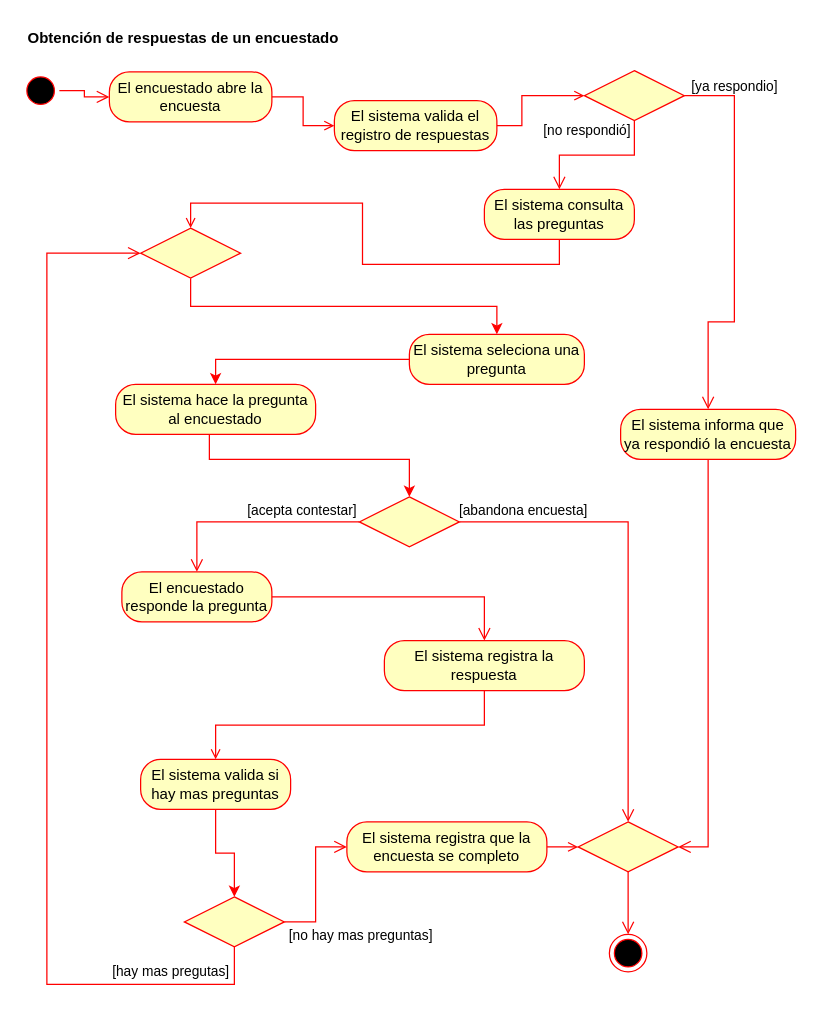
Before: page "DA7" (8 of 13) of analisis-de-sistemas/TPI Analisis de Sistemas.drawio in repocdlf/actividades-up, a draw.io diagram. Source tidied: cells renumbered, new cells numbered last; positions are measured from the earlier drawing's top-left corner, leaving out a move shared by most shapes. Both pictures are drawn from the tidied source at 125%, with x=0, y=0 at pixel (21, 21).
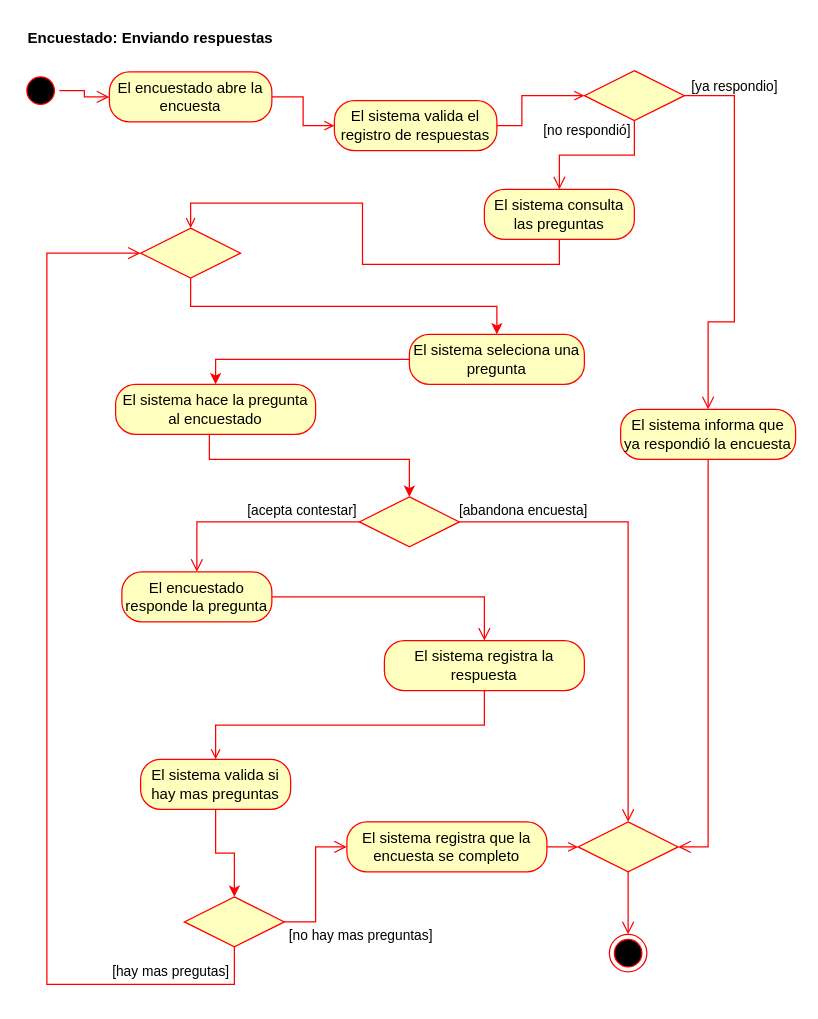
After the change.

Commit message:
Add revised survey diagrams

Add CU_V2 and DA1_V2 diagrams, increase the document to 13 pages, and clarify the response activity label.

Diff of the diagram source:
```diff
@@
-    <mxCell id="31" value="Obtención de respuestas de un encuestado" style="text;align=left;fontStyle=1;verticalAlign=middle;spacingLeft=3;spacingRight=3;strokeColor=none;html=1;" parent="1" vertex="1">
+    <mxCell id="31" value="Encuestado: Enviando respuestas" style="text;align=left;fontStyle=1;verticalAlign=middle;spacingLeft=3;spacingRight=3;strokeColor=none;html=1;" parent="1" vertex="1">
       <mxGeometry width="280" height="26" as="geometry" />
     </mxCell>
```
